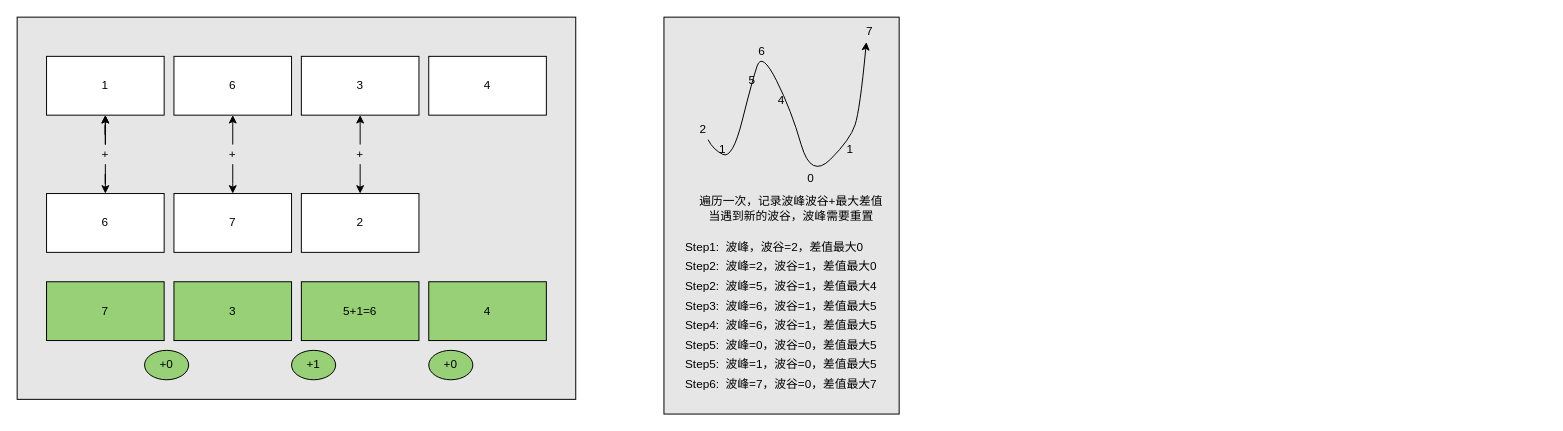
Above: algorithm.drawio in luodongseu/diagrams (draw.io), before the change. Source tidied: cells renumbered, new cells numbered last; positions are measured from the earlier drawing's top-left corner, leaving out a move shared by most shapes. Both pictures are drawn from the tidied source at 98%, with x=0, y=0 at pixel (17, 17).
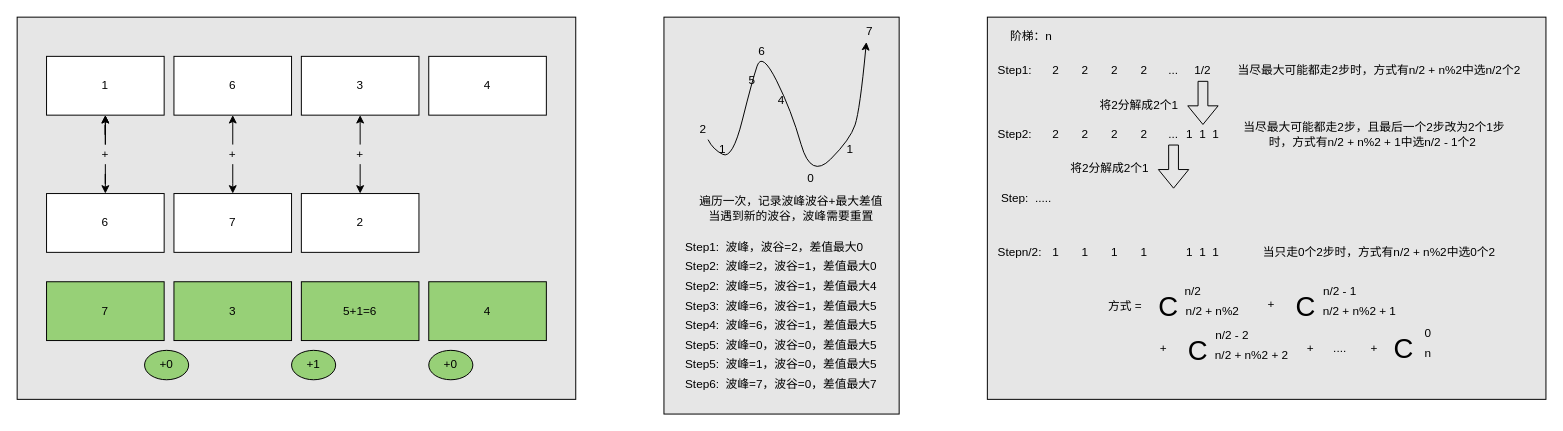
The same page after the edit.

Commit message:
添加爬楼梯算法

What changed in the source:
```diff
@@
+    <mxCell id="46" style="rounded=0;whiteSpace=wrap;html=1;fillColor=#E6E6E6;" parent="1" vertex="1">
+      <mxGeometry x="990" width="570" height="390" as="geometry" />
+    </mxCell>
+    <mxCell id="47" value="2" style="text;html=1;strokeColor=none;fillColor=none;align=center;verticalAlign=middle;whiteSpace=wrap;rounded=0;" parent="1" vertex="1">
+      <mxGeometry x="1040" y="45" width="40" height="20" as="geometry" />
+    </mxCell>
+    <mxCell id="48" value="2" style="text;html=1;strokeColor=none;fillColor=none;align=center;verticalAlign=middle;whiteSpace=wrap;rounded=0;" parent="1" vertex="1">
+      <mxGeometry x="1070" y="45" width="40" height="20" as="geometry" />
+    </mxCell>
+    <mxCell id="49" value="2" style="text;html=1;strokeColor=none;fillColor=none;align=center;verticalAlign=middle;whiteSpace=wrap;rounded=0;" parent="1" vertex="1">
+      <mxGeometry x="1100" y="45" width="40" height="20" as="geometry" />
+    </mxCell>
+    <mxCell id="50" value="2" style="text;html=1;strokeColor=none;fillColor=none;align=center;verticalAlign=middle;whiteSpace=wrap;rounded=0;" parent="1" vertex="1">
+      <mxGeometry x="1130" y="45" width="40" height="20" as="geometry" />
+    </mxCell>
+    <mxCell id="51" value="1/2" style="text;html=1;strokeColor=none;fillColor=none;align=center;verticalAlign=middle;whiteSpace=wrap;rounded=0;" parent="1" vertex="1">
+      <mxGeometry x="1190" y="45" width="40" height="20" as="geometry" />
+    </mxCell>
+    <mxCell id="52" value="..." style="text;html=1;strokeColor=none;fillColor=none;align=center;verticalAlign=middle;whiteSpace=wrap;rounded=0;" parent="1" vertex="1">
+      <mxGeometry x="1160" y="45" width="40" height="20" as="geometry" />
+    </mxCell>
+    <mxCell id="53" value="阶梯：n" style="text;html=1;strokeColor=none;fillColor=none;align=center;verticalAlign=middle;whiteSpace=wrap;rounded=0;" parent="1" vertex="1">
+      <mxGeometry x="980" y="10" width="110" height="20" as="geometry" />
+    </mxCell>
+    <mxCell id="54" value="Step1:&amp;nbsp;" style="text;html=1;strokeColor=none;fillColor=none;align=center;verticalAlign=middle;whiteSpace=wrap;rounded=0;" parent="1" vertex="1">
+      <mxGeometry x="1000" y="45" width="40" height="20" as="geometry" />
+    </mxCell>
+    <mxCell id="55" value="Step2:&amp;nbsp;" style="text;html=1;strokeColor=none;fillColor=none;align=center;verticalAlign=middle;whiteSpace=wrap;rounded=0;" parent="1" vertex="1">
+      <mxGeometry x="1000" y="110" width="40" height="20" as="geometry" />
+    </mxCell>
+    <mxCell id="56" value="2" style="text;html=1;strokeColor=none;fillColor=none;align=center;verticalAlign=middle;whiteSpace=wrap;rounded=0;" parent="1" vertex="1">
+      <mxGeometry x="1040" y="110" width="40" height="20" as="geometry" />
+    </mxCell>
+    <mxCell id="57" value="2" style="text;html=1;strokeColor=none;fillColor=none;align=center;verticalAlign=middle;whiteSpace=wrap;rounded=0;" parent="1" vertex="1">
+      <mxGeometry x="1070" y="110" width="40" height="20" as="geometry" />
+    </mxCell>
+    <mxCell id="58" value="2" style="text;html=1;strokeColor=none;fillColor=none;align=center;verticalAlign=middle;whiteSpace=wrap;rounded=0;" parent="1" vertex="1">
+      <mxGeometry x="1100" y="110" width="40" height="20" as="geometry" />
+    </mxCell>
+    <mxCell id="59" value="2" style="text;html=1;strokeColor=none;fillColor=none;align=center;verticalAlign=middle;whiteSpace=wrap;rounded=0;" parent="1" vertex="1">
+      <mxGeometry x="1130" y="110" width="40" height="20" as="geometry" />
+    </mxCell>
+    <mxCell id="60" value="1&amp;nbsp; 1&amp;nbsp; 1" style="text;html=1;strokeColor=none;fillColor=none;align=center;verticalAlign=middle;whiteSpace=wrap;rounded=0;" parent="1" vertex="1">
+      <mxGeometry x="1190" y="110" width="40" height="20" as="geometry" />
+    </mxCell>
+    <mxCell id="61" value="..." style="text;html=1;strokeColor=none;fillColor=none;align=center;verticalAlign=middle;whiteSpace=wrap;rounded=0;" parent="1" vertex="1">
+      <mxGeometry x="1160" y="110" width="40" height="20" as="geometry" />
+    </mxCell>
+    <mxCell id="62" style="shape=flexArrow;endArrow=classic;html=1;" parent="1" edge="1" source="51" target="60">
+      <mxGeometry relative="1" as="geometry" />
+    </mxCell>
+    <mxCell id="63" value="将2分解成2个1" style="text;html=1;strokeColor=none;fillColor=none;align=center;verticalAlign=middle;whiteSpace=wrap;rounded=0;" parent="1" vertex="1">
+      <mxGeometry x="1100" y="80" width="90" height="20" as="geometry" />
+    </mxCell>
+    <mxCell id="64" value="当尽最大可能都走2步时，方式有n/2 + n%2中选n/2个2" style="text;html=1;strokeColor=none;fillColor=none;align=center;verticalAlign=middle;whiteSpace=wrap;rounded=0;" parent="1" vertex="1">
+      <mxGeometry x="1240" y="45" width="300" height="20" as="geometry" />
+    </mxCell>
+    <mxCell id="65" value="当尽最大可能都走2步，且最后一个2步改为2个1步时，方式有n/2 + n%2 + 1中选n/2 - 1个2&amp;nbsp;" style="text;html=1;strokeColor=none;fillColor=none;align=center;verticalAlign=middle;whiteSpace=wrap;rounded=0;" parent="1" vertex="1">
+      <mxGeometry x="1240" y="110" width="290" height="20" as="geometry" />
+    </mxCell>
+    <mxCell id="66" style="shape=flexArrow;endArrow=classic;html=1;" parent="1" edge="1">
+      <mxGeometry relative="1" as="geometry">
+        <mxPoint x="1180" y="130" as="sourcePoint" />
+        <mxPoint x="1180" y="175" as="targetPoint" />
+      </mxGeometry>
+    </mxCell>
+    <mxCell id="67" value="将2分解成2个1" style="text;html=1;strokeColor=none;fillColor=none;align=center;verticalAlign=middle;whiteSpace=wrap;rounded=0;" parent="1" vertex="1">
+      <mxGeometry x="1070" y="145" width="90" height="20" as="geometry" />
+    </mxCell>
+    <mxCell id="68" value="Step:&amp;nbsp; ....." style="text;html=1;strokeColor=none;fillColor=none;align=center;verticalAlign=middle;whiteSpace=wrap;rounded=0;" parent="1" vertex="1">
+      <mxGeometry x="930" y="175" width="200" height="20" as="geometry" />
+    </mxCell>
+    <mxCell id="69" value="Stepn/2:&amp;nbsp;" style="text;html=1;strokeColor=none;fillColor=none;align=center;verticalAlign=middle;whiteSpace=wrap;rounded=0;" parent="1" vertex="1">
+      <mxGeometry x="1000" y="230" width="50" height="20" as="geometry" />
+    </mxCell>
+    <mxCell id="70" value="1" style="text;html=1;strokeColor=none;fillColor=none;align=center;verticalAlign=middle;whiteSpace=wrap;rounded=0;" parent="1" vertex="1">
+      <mxGeometry x="1040" y="230" width="40" height="20" as="geometry" />
+    </mxCell>
+    <mxCell id="71" value="1" style="text;html=1;strokeColor=none;fillColor=none;align=center;verticalAlign=middle;whiteSpace=wrap;rounded=0;" parent="1" vertex="1">
+      <mxGeometry x="1070" y="230" width="40" height="20" as="geometry" />
+    </mxCell>
+    <mxCell id="72" value="1" style="text;html=1;strokeColor=none;fillColor=none;align=center;verticalAlign=middle;whiteSpace=wrap;rounded=0;" parent="1" vertex="1">
+      <mxGeometry x="1100" y="230" width="40" height="20" as="geometry" />
+    </mxCell>
+    <mxCell id="73" value="1" style="text;html=1;strokeColor=none;fillColor=none;align=center;verticalAlign=middle;whiteSpace=wrap;rounded=0;" parent="1" vertex="1">
+      <mxGeometry x="1130" y="230" width="40" height="20" as="geometry" />
+    </mxCell>
+    <mxCell id="74" value="1&amp;nbsp; 1&amp;nbsp; 1" style="text;html=1;strokeColor=none;fillColor=none;align=center;verticalAlign=middle;whiteSpace=wrap;rounded=0;" parent="1" vertex="1">
+      <mxGeometry x="1190" y="230" width="40" height="20" as="geometry" />
+    </mxCell>
+    <mxCell id="75" value="当只走0个2步时，方式有n/2 + n%2中选0个2" style="text;html=1;strokeColor=none;fillColor=none;align=center;verticalAlign=middle;whiteSpace=wrap;rounded=0;" parent="1" vertex="1">
+      <mxGeometry x="1240" y="230" width="300" height="20" as="geometry" />
+    </mxCell>
+    <mxCell id="76" value="方式 =&amp;nbsp;" style="text;html=1;strokeColor=none;fillColor=none;align=center;verticalAlign=middle;whiteSpace=wrap;rounded=0;" parent="1" vertex="1">
+      <mxGeometry x="1075" y="285" width="115" height="20" as="geometry" />
+    </mxCell>
+    <mxCell id="77" value="C" style="text;html=1;strokeColor=none;fillColor=none;align=center;verticalAlign=middle;whiteSpace=wrap;rounded=0;fontSize=28;" parent="1" vertex="1">
+      <mxGeometry x="1150" y="282.5" width="50" height="25" as="geometry" />
+    </mxCell>
+    <mxCell id="78" value="n/2 + n%2" style="text;html=1;strokeColor=none;fillColor=none;align=center;verticalAlign=middle;whiteSpace=wrap;rounded=0;fontSize=12;" parent="1" vertex="1">
+      <mxGeometry x="1180" y="290" width="80" height="20" as="geometry" />
+    </mxCell>
+    <mxCell id="79" value="n/2" style="text;html=1;strokeColor=none;fillColor=none;align=center;verticalAlign=middle;whiteSpace=wrap;rounded=0;fontSize=12;" parent="1" vertex="1">
+      <mxGeometry x="1180" y="270" width="40" height="20" as="geometry" />
+    </mxCell>
+    <mxCell id="80" value="+" style="text;html=1;strokeColor=none;fillColor=none;align=center;verticalAlign=middle;whiteSpace=wrap;rounded=0;fontSize=12;" parent="1" vertex="1">
+      <mxGeometry x="1260" y="283" width="40" height="20" as="geometry" />
+    </mxCell>
+    <mxCell id="81" value="C" style="text;html=1;strokeColor=none;fillColor=none;align=center;verticalAlign=middle;whiteSpace=wrap;rounded=0;fontSize=28;" parent="1" vertex="1">
+      <mxGeometry x="1290" y="282.5" width="50" height="25" as="geometry" />
+    </mxCell>
+    <mxCell id="82" value="n/2 + n%2 + 1" style="text;html=1;strokeColor=none;fillColor=none;align=center;verticalAlign=middle;whiteSpace=wrap;rounded=0;fontSize=12;" parent="1" vertex="1">
+      <mxGeometry x="1330" y="290" width="80" height="20" as="geometry" />
+    </mxCell>
+    <mxCell id="83" value="n/2 - 1" style="text;html=1;strokeColor=none;fillColor=none;align=center;verticalAlign=middle;whiteSpace=wrap;rounded=0;fontSize=12;" parent="1" vertex="1">
+      <mxGeometry x="1330" y="270" width="40" height="20" as="geometry" />
+    </mxCell>
+    <mxCell id="84" value="+" style="text;html=1;strokeColor=none;fillColor=none;align=center;verticalAlign=middle;whiteSpace=wrap;rounded=0;fontSize=12;" parent="1" vertex="1">
+      <mxGeometry x="1150" y="328" width="40" height="20" as="geometry" />
+    </mxCell>
+    <mxCell id="85" value="C" style="text;html=1;strokeColor=none;fillColor=none;align=center;verticalAlign=middle;whiteSpace=wrap;rounded=0;fontSize=28;" parent="1" vertex="1">
+      <mxGeometry x="1180" y="327.5" width="50" height="25" as="geometry" />
+    </mxCell>
+    <mxCell id="86" value="n/2 + n%2 + 2" style="text;html=1;strokeColor=none;fillColor=none;align=center;verticalAlign=middle;whiteSpace=wrap;rounded=0;fontSize=12;" parent="1" vertex="1">
+      <mxGeometry x="1220" y="335" width="80" height="20" as="geometry" />
+    </mxCell>
+    <mxCell id="87" value="n/2 - 2" style="text;html=1;strokeColor=none;fillColor=none;align=center;verticalAlign=middle;whiteSpace=wrap;rounded=0;fontSize=12;" parent="1" vertex="1">
+      <mxGeometry x="1220" y="315" width="40" height="20" as="geometry" />
+    </mxCell>
+    <mxCell id="88" value="+" style="text;html=1;strokeColor=none;fillColor=none;align=center;verticalAlign=middle;whiteSpace=wrap;rounded=0;fontSize=12;" parent="1" vertex="1">
+      <mxGeometry x="1300" y="328" width="40" height="20" as="geometry" />
+    </mxCell>
+    <mxCell id="89" value="C" style="text;html=1;strokeColor=none;fillColor=none;align=center;verticalAlign=middle;whiteSpace=wrap;rounded=0;fontSize=28;" parent="1" vertex="1">
+      <mxGeometry x="1390" y="325" width="50" height="25" as="geometry" />
+    </mxCell>
+    <mxCell id="90" value="n" style="text;html=1;strokeColor=none;fillColor=none;align=center;verticalAlign=middle;whiteSpace=wrap;rounded=0;fontSize=12;" parent="1" vertex="1">
+      <mxGeometry x="1430" y="332.5" width="20" height="20" as="geometry" />
+    </mxCell>
+    <mxCell id="91" value="0" style="text;html=1;strokeColor=none;fillColor=none;align=center;verticalAlign=middle;whiteSpace=wrap;rounded=0;fontSize=12;" parent="1" vertex="1">
+      <mxGeometry x="1430" y="312.5" width="20" height="20" as="geometry" />
+    </mxCell>
+    <mxCell id="92" value="+" style="text;html=1;strokeColor=none;fillColor=none;align=center;verticalAlign=middle;whiteSpace=wrap;rounded=0;fontSize=12;" parent="1" vertex="1">
+      <mxGeometry x="1365" y="328" width="40" height="20" as="geometry" />
+    </mxCell>
+    <mxCell id="93" value="...." style="text;html=1;strokeColor=none;fillColor=none;align=center;verticalAlign=middle;whiteSpace=wrap;rounded=0;fontSize=12;" parent="1" vertex="1">
+      <mxGeometry x="1330" y="328" width="40" height="20" as="geometry" />
+    </mxCell>
```
